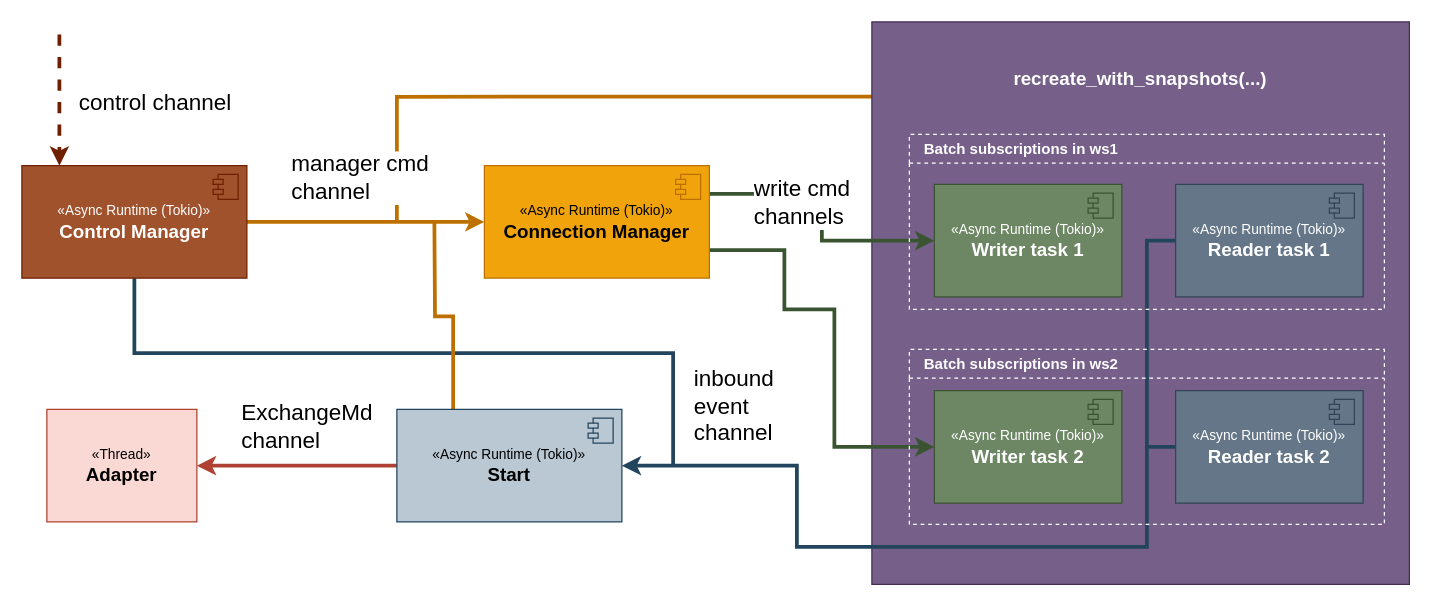
The draw.io diagram images/Connector.drawio in PietroValente/MarketDataAggregator, before the edit. Source tidied: cells renumbered, new cells numbered last; positions are measured from the earlier drawing's top-left corner, leaving out a move shared by most shapes. Both pictures are drawn from the tidied source at 125%, with x=0, y=0 at pixel (21, 21).
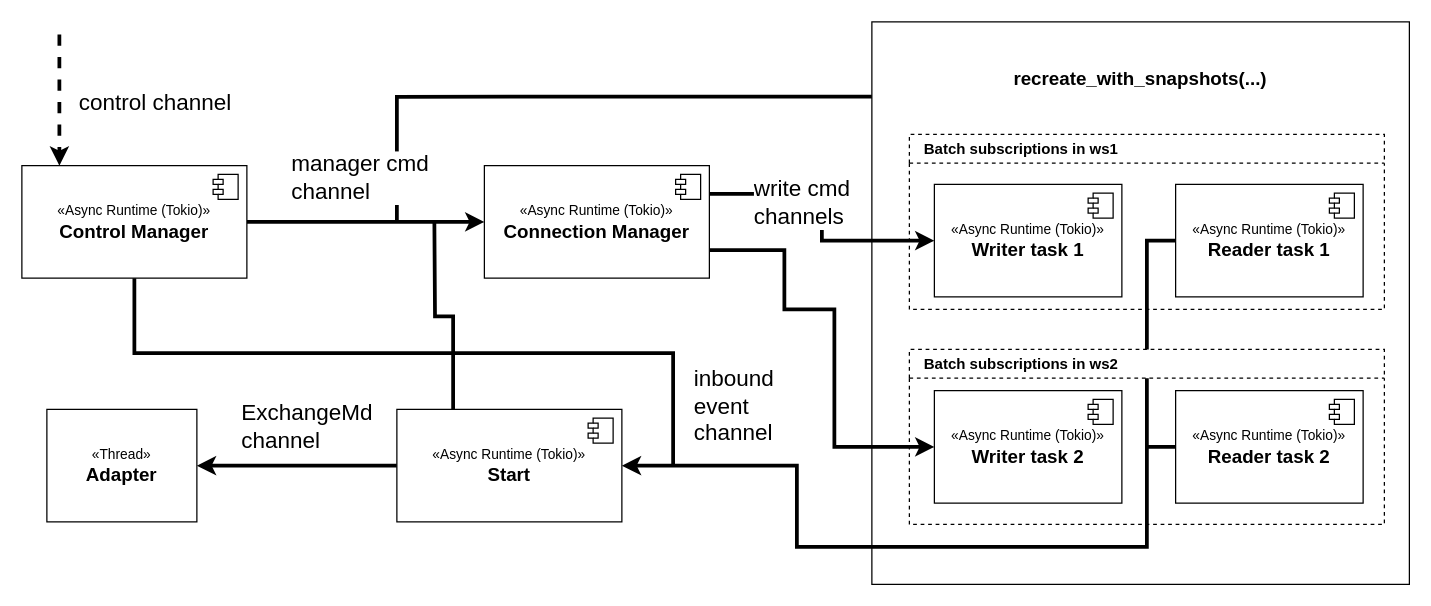
The same diagram, later.

Commit message (it also covers changes not shown here):
Change diagram format, from PNG to SVG

Diff of the diagram source:
```diff
@@
-    <mxCell id="2" style="edgeStyle=orthogonalEdgeStyle;rounded=0;jettySize=auto;html=1;exitX=0.002;exitY=0.133;exitDx=0;exitDy=0;exitPerimeter=0;endArrow=none;endFill=0;strokeWidth=3;fillColor=#f0a30a;strokeColor=#BD7000;" parent="1" edge="1" source="3">
+    <mxCell id="2" style="edgeStyle=orthogonalEdgeStyle;rounded=0;jettySize=auto;html=1;exitX=0.002;exitY=0.133;exitDx=0;exitDy=0;exitPerimeter=0;endArrow=none;endFill=0;strokeWidth=3;" parent="1" edge="1" source="3">
       <mxGeometry relative="1" as="geometry">
         <mxPoint x="300" y="160" as="targetPoint" />
         <Array as="points">
           <mxPoint x="300" y="60" />
         </Array>
       </mxGeometry>
     </mxCell>
-    <mxCell id="3" value="&lt;span style=&quot;font-size: 15px;&quot;&gt;&lt;b&gt;recreate_with_snapshots(...)&lt;/b&gt;&lt;/span&gt;" style="html=1;whiteSpace=wrap;verticalAlign=top;spacingTop=30;fillColor=#76608a;fontColor=#ffffff;strokeColor=#432D57;" parent="1" vertex="1">
+    <mxCell id="3" value="&lt;span style=&quot;font-size: 15px;&quot;&gt;&lt;b&gt;recreate_with_snapshots(...)&lt;/b&gt;&lt;/span&gt;" style="html=1;whiteSpace=wrap;verticalAlign=top;spacingTop=30;" parent="1" vertex="1">
       <mxGeometry x="680" width="430" height="450" as="geometry" />
     </mxCell>
-    <mxCell id="4" style="edgeStyle=orthogonalEdgeStyle;rounded=0;jettySize=auto;html=1;exitX=1;exitY=0.5;exitDx=0;exitDy=0;entryX=0;entryY=0.5;entryDx=0;entryDy=0;spacing=2;strokeWidth=3;fillColor=#f0a30a;strokeColor=#BD7000;" parent="1" edge="1" source="6" target="10">
+    <mxCell id="4" style="edgeStyle=orthogonalEdgeStyle;rounded=0;jettySize=auto;html=1;exitX=1;exitY=0.5;exitDx=0;exitDy=0;entryX=0;entryY=0.5;entryDx=0;entryDy=0;spacing=2;strokeWidth=3;" parent="1" edge="1" source="6" target="10">
       <mxGeometry relative="1" as="geometry" />
     </mxCell>
-    <mxCell id="5" style="edgeStyle=orthogonalEdgeStyle;rounded=0;jettySize=auto;html=1;exitX=0.5;exitY=1;exitDx=0;exitDy=0;endArrow=none;endFill=0;strokeWidth=3;endSize=6;fillColor=#bac8d3;strokeColor=#23445d;" parent="1" edge="1" source="6">
+    <mxCell id="5" style="edgeStyle=orthogonalEdgeStyle;rounded=0;jettySize=auto;html=1;exitX=0.5;exitY=1;exitDx=0;exitDy=0;endArrow=none;endFill=0;strokeWidth=3;endSize=6;" parent="1" edge="1" source="6">
       <mxGeometry relative="1" as="geometry">
         <mxPoint x="521" y="355" as="targetPoint" />
         <Array as="points">
           <mxPoint x="90" y="265" />
           <mxPoint x="521" y="265" />
         </Array>
       </mxGeometry>
     </mxCell>
-    <mxCell id="6" value="&lt;font style=&quot;font-size: 11px;&quot;&gt;«Async Runtime (Tokio)»&lt;br&gt;&lt;/font&gt;&lt;b&gt;&lt;font style=&quot;font-size: 15px;&quot;&gt;Control Manager&lt;/font&gt;&lt;/b&gt;" style="html=1;whiteSpace=wrap;fillColor=#a0522d;fontColor=#ffffff;strokeColor=#6D1F00;" parent="1" vertex="1">
+    <mxCell id="6" value="&lt;font style=&quot;font-size: 11px;&quot;&gt;«Async Runtime (Tokio)»&lt;br&gt;&lt;/font&gt;&lt;b&gt;&lt;font style=&quot;font-size: 15px;&quot;&gt;Control Manager&lt;/font&gt;&lt;/b&gt;" style="html=1;whiteSpace=wrap;" parent="1" vertex="1">
       <mxGeometry y="115" width="180" height="90" as="geometry" />
     </mxCell>
-    <mxCell id="7" style="shape=module;jettyWidth=8;jettyHeight=4;fillColor=#a0522d;fontColor=#ffffff;strokeColor=#6D1F00;" parent="6" vertex="1">
+    <mxCell id="7" style="shape=module;jettyWidth=8;jettyHeight=4;" parent="6" vertex="1">
       <mxGeometry x="1" width="20" height="20" relative="1" as="geometry">
         <mxPoint x="-27" y="7" as="offset" />
       </mxGeometry>
     </mxCell>
-    <mxCell id="8" style="edgeStyle=orthogonalEdgeStyle;rounded=0;jettySize=auto;html=1;exitX=1;exitY=0.25;exitDx=0;exitDy=0;entryX=0;entryY=0.5;entryDx=0;entryDy=0;strokeWidth=3;fillColor=#6d8764;strokeColor=#3A5431;" parent="1" edge="1" source="10" target="17">
+    <mxCell id="8" style="edgeStyle=orthogonalEdgeStyle;rounded=0;jettySize=auto;html=1;exitX=1;exitY=0.25;exitDx=0;exitDy=0;entryX=0;entryY=0.5;entryDx=0;entryDy=0;strokeWidth=3;" parent="1" edge="1" source="10" target="17">
       <mxGeometry relative="1" as="geometry" />
     </mxCell>
-    <mxCell id="9" style="edgeStyle=orthogonalEdgeStyle;rounded=0;jettySize=auto;html=1;exitX=1;exitY=0.75;exitDx=0;exitDy=0;entryX=0;entryY=0.5;entryDx=0;entryDy=0;strokeWidth=3;fillColor=#6d8764;strokeColor=#3A5431;" parent="1" edge="1" source="10" target="22">
+    <mxCell id="9" style="edgeStyle=orthogonalEdgeStyle;rounded=0;jettySize=auto;html=1;exitX=1;exitY=0.75;exitDx=0;exitDy=0;entryX=0;entryY=0.5;entryDx=0;entryDy=0;strokeWidth=3;" parent="1" edge="1" source="10" target="22">
       <mxGeometry relative="1" as="geometry">
         <Array as="points">
           <mxPoint x="610" y="183" />
           <mxPoint x="610" y="230" />
           <mxPoint x="650" y="230" />
           <mxPoint x="650" y="340" />
         </Array>
       </mxGeometry>
     </mxCell>
-    <mxCell id="10" value="&lt;font style=&quot;font-size: 11px;&quot;&gt;«Async Runtime (Tokio)»&lt;br&gt;&lt;/font&gt;&lt;b&gt;&lt;font style=&quot;font-size: 15px;&quot;&gt;Connection Manager&lt;/font&gt;&lt;/b&gt;" style="html=1;whiteSpace=wrap;fillColor=#f0a30a;fontColor=#000000;strokeColor=#BD7000;" parent="1" vertex="1">
+    <mxCell id="10" value="&lt;font style=&quot;font-size: 11px;&quot;&gt;«Async Runtime (Tokio)»&lt;br&gt;&lt;/font&gt;&lt;b&gt;&lt;font style=&quot;font-size: 15px;&quot;&gt;Connection Manager&lt;/font&gt;&lt;/b&gt;" style="html=1;whiteSpace=wrap;" parent="1" vertex="1">
       <mxGeometry x="370" y="115" width="180" height="90" as="geometry" />
     </mxCell>
-    <mxCell id="11" style="shape=module;jettyWidth=8;jettyHeight=4;fillColor=#f0a30a;fontColor=#000000;strokeColor=#BD7000;" parent="10" vertex="1">
+    <mxCell id="11" style="shape=module;jettyWidth=8;jettyHeight=4;" parent="10" vertex="1">
       <mxGeometry x="1" width="20" height="20" relative="1" as="geometry">
         <mxPoint x="-27" y="7" as="offset" />
       </mxGeometry>
     </mxCell>
-    <mxCell id="12" style="edgeStyle=orthogonalEdgeStyle;rounded=0;jettySize=auto;html=1;exitX=0;exitY=0.5;exitDx=0;exitDy=0;entryX=1;entryY=0.5;entryDx=0;entryDy=0;strokeWidth=3;fillColor=#fad9d5;strokeColor=#ae4132;" parent="1" edge="1" source="14" target="16">
+    <mxCell id="12" style="edgeStyle=orthogonalEdgeStyle;rounded=0;jettySize=auto;html=1;exitX=0;exitY=0.5;exitDx=0;exitDy=0;entryX=1;entryY=0.5;entryDx=0;entryDy=0;strokeWidth=3;" parent="1" edge="1" source="14" target="16">
       <mxGeometry relative="1" as="geometry" />
     </mxCell>
-    <mxCell id="13" style="edgeStyle=orthogonalEdgeStyle;rounded=0;jettySize=auto;html=1;exitX=0.25;exitY=0;exitDx=0;exitDy=0;endArrow=none;endFill=0;strokeWidth=3;fillColor=#f0a30a;strokeColor=#BD7000;" parent="1" edge="1" source="14">
+    <mxCell id="13" style="edgeStyle=orthogonalEdgeStyle;rounded=0;jettySize=auto;html=1;exitX=0.25;exitY=0;exitDx=0;exitDy=0;endArrow=none;endFill=0;strokeWidth=3;" parent="1" edge="1" source="14">
       <mxGeometry relative="1" as="geometry">
         <mxPoint x="330" y="160" as="targetPoint" />
       </mxGeometry>
     </mxCell>
-    <mxCell id="14" value="&lt;font style=&quot;font-size: 11px;&quot;&gt;«Async Runtime (Tokio)»&lt;br&gt;&lt;/font&gt;&lt;b&gt;&lt;font style=&quot;font-size: 15px;&quot;&gt;Start&lt;/font&gt;&lt;/b&gt;" style="html=1;whiteSpace=wrap;fillColor=#bac8d3;strokeColor=#23445d;" parent="1" vertex="1">
+    <mxCell id="14" value="&lt;font style=&quot;font-size: 11px;&quot;&gt;«Async Runtime (Tokio)»&lt;br&gt;&lt;/font&gt;&lt;b&gt;&lt;font style=&quot;font-size: 15px;&quot;&gt;Start&lt;/font&gt;&lt;/b&gt;" style="html=1;whiteSpace=wrap;" parent="1" vertex="1">
       <mxGeometry x="300" y="310" width="180" height="90" as="geometry" />
     </mxCell>
-    <mxCell id="15" style="shape=module;jettyWidth=8;jettyHeight=4;fillColor=#bac8d3;strokeColor=#23445d;" parent="14" vertex="1">
+    <mxCell id="15" style="shape=module;jettyWidth=8;jettyHeight=4;" parent="14" vertex="1">
       <mxGeometry x="1" width="20" height="20" relative="1" as="geometry">
         <mxPoint x="-27" y="7" as="offset" />
       </mxGeometry>
     </mxCell>
-    <mxCell id="16" value="&lt;font style=&quot;font-size: 11px;&quot;&gt;«Thread»&lt;br&gt;&lt;/font&gt;&lt;b&gt;&lt;font style=&quot;font-size: 15px;&quot;&gt;Adapter&lt;/font&gt;&lt;/b&gt;" style="html=1;whiteSpace=wrap;fillColor=#fad9d5;strokeColor=#ae4132;" parent="1" vertex="1">
+    <mxCell id="16" value="&lt;font style=&quot;font-size: 11px;&quot;&gt;«Thread»&lt;br&gt;&lt;/font&gt;&lt;b&gt;&lt;font style=&quot;font-size: 15px;&quot;&gt;Adapter&lt;/font&gt;&lt;/b&gt;" style="html=1;whiteSpace=wrap;" parent="1" vertex="1">
       <mxGeometry x="20" y="310" width="120" height="90" as="geometry" />
     </mxCell>
-    <mxCell id="17" value="&lt;font style=&quot;font-size: 11px;&quot;&gt;«Async Runtime (Tokio)»&lt;br&gt;&lt;/font&gt;&lt;b&gt;&lt;font style=&quot;font-size: 15px;&quot;&gt;Writer task 1&lt;/font&gt;&lt;/b&gt;" style="html=1;whiteSpace=wrap;fillColor=#6d8764;fontColor=#ffffff;strokeColor=#3A5431;" parent="1" vertex="1">
+    <mxCell id="17" value="&lt;font style=&quot;font-size: 11px;&quot;&gt;«Async Runtime (Tokio)»&lt;br&gt;&lt;/font&gt;&lt;b&gt;&lt;font style=&quot;font-size: 15px;&quot;&gt;Writer task 1&lt;/font&gt;&lt;/b&gt;" style="html=1;whiteSpace=wrap;" parent="1" vertex="1">
       <mxGeometry x="730" y="130" width="150" height="90" as="geometry" />
     </mxCell>
-    <mxCell id="18" style="shape=module;jettyWidth=8;jettyHeight=4;fillColor=#6d8764;fontColor=#ffffff;strokeColor=#3A5431;" parent="17" vertex="1">
+    <mxCell id="18" style="shape=module;jettyWidth=8;jettyHeight=4;" parent="17" vertex="1">
       <mxGeometry x="1" width="20" height="20" relative="1" as="geometry">
         <mxPoint x="-27" y="7" as="offset" />
       </mxGeometry>
     </mxCell>
-    <mxCell id="19" style="edgeStyle=orthogonalEdgeStyle;rounded=0;jettySize=auto;html=1;entryX=1;entryY=0.5;entryDx=0;entryDy=0;strokeWidth=3;fillColor=#bac8d3;strokeColor=#23445d;" parent="1" edge="1" source="20" target="14">
+    <mxCell id="19" style="edgeStyle=orthogonalEdgeStyle;rounded=0;jettySize=auto;html=1;entryX=1;entryY=0.5;entryDx=0;entryDy=0;strokeWidth=3;" parent="1" edge="1" source="20" target="14">
       <mxGeometry relative="1" as="geometry">
         <Array as="points">
           <mxPoint x="900" y="175" />
           <mxPoint x="900" y="420" />
           <mxPoint x="620" y="420" />
           <mxPoint x="620" y="355" />
         </Array>
       </mxGeometry>
     </mxCell>
-    <mxCell id="20" value="&lt;font style=&quot;font-size: 11px;&quot;&gt;«Async Runtime (Tokio)»&lt;br&gt;&lt;/font&gt;&lt;b&gt;&lt;font style=&quot;font-size: 15px;&quot;&gt;Reader task 1&lt;/font&gt;&lt;/b&gt;" style="html=1;whiteSpace=wrap;fillColor=#647687;fontColor=#ffffff;strokeColor=#314354;" parent="1" vertex="1">
+    <mxCell id="20" value="&lt;font style=&quot;font-size: 11px;&quot;&gt;«Async Runtime (Tokio)»&lt;br&gt;&lt;/font&gt;&lt;b&gt;&lt;font style=&quot;font-size: 15px;&quot;&gt;Reader task 1&lt;/font&gt;&lt;/b&gt;" style="html=1;whiteSpace=wrap;" parent="1" vertex="1">
       <mxGeometry x="923" y="130" width="150" height="90" as="geometry" />
     </mxCell>
-    <mxCell id="21" style="shape=module;jettyWidth=8;jettyHeight=4;fillColor=#647687;fontColor=#ffffff;strokeColor=#314354;" parent="20" vertex="1">
+    <mxCell id="21" style="shape=module;jettyWidth=8;jettyHeight=4;" parent="20" vertex="1">
       <mxGeometry x="1" width="20" height="20" relative="1" as="geometry">
         <mxPoint x="-27" y="7" as="offset" />
       </mxGeometry>
     </mxCell>
-    <mxCell id="22" value="&lt;font style=&quot;font-size: 11px;&quot;&gt;«Async Runtime (Tokio)»&lt;br&gt;&lt;/font&gt;&lt;b&gt;&lt;font style=&quot;font-size: 15px;&quot;&gt;Writer task 2&lt;/font&gt;&lt;/b&gt;" style="html=1;whiteSpace=wrap;fillColor=#6d8764;fontColor=#ffffff;strokeColor=#3A5431;" parent="1" vertex="1">
+    <mxCell id="22" value="&lt;font style=&quot;font-size: 11px;&quot;&gt;«Async Runtime (Tokio)»&lt;br&gt;&lt;/font&gt;&lt;b&gt;&lt;font style=&quot;font-size: 15px;&quot;&gt;Writer task 2&lt;/font&gt;&lt;/b&gt;" style="html=1;whiteSpace=wrap;" parent="1" vertex="1">
       <mxGeometry x="730" y="295" width="150" height="90" as="geometry" />
     </mxCell>
-    <mxCell id="23" style="shape=module;jettyWidth=8;jettyHeight=4;fillColor=#6d8764;fontColor=#ffffff;strokeColor=#3A5431;" parent="22" vertex="1">
+    <mxCell id="23" style="shape=module;jettyWidth=8;jettyHeight=4;" parent="22" vertex="1">
       <mxGeometry x="1" width="20" height="20" relative="1" as="geometry">
         <mxPoint x="-27" y="7" as="offset" />
       </mxGeometry>
     </mxCell>
-    <mxCell id="24" style="edgeStyle=orthogonalEdgeStyle;rounded=0;jettySize=auto;html=1;exitX=0;exitY=0.5;exitDx=0;exitDy=0;endArrow=none;endFill=0;strokeWidth=3;fillColor=#bac8d3;strokeColor=#23445d;" parent="1" edge="1" source="25">
+    <mxCell id="24" style="edgeStyle=orthogonalEdgeStyle;rounded=0;jettySize=auto;html=1;exitX=0;exitY=0.5;exitDx=0;exitDy=0;endArrow=none;endFill=0;strokeWidth=3;" parent="1" edge="1" source="25">
       <mxGeometry relative="1" as="geometry">
         <mxPoint x="900" y="339.8" as="targetPoint" />
       </mxGeometry>
     </mxCell>
-    <mxCell id="25" value="&lt;font style=&quot;font-size: 11px;&quot;&gt;«Async Runtime (Tokio)»&lt;br&gt;&lt;/font&gt;&lt;b&gt;&lt;font style=&quot;font-size: 15px;&quot;&gt;Reader task 2&lt;/font&gt;&lt;/b&gt;" style="html=1;whiteSpace=wrap;fillColor=#647687;fontColor=#ffffff;strokeColor=#314354;" parent="1" vertex="1">
+    <mxCell id="25" value="&lt;font style=&quot;font-size: 11px;&quot;&gt;«Async Runtime (Tokio)»&lt;br&gt;&lt;/font&gt;&lt;b&gt;&lt;font style=&quot;font-size: 15px;&quot;&gt;Reader task 2&lt;/font&gt;&lt;/b&gt;" style="html=1;whiteSpace=wrap;" parent="1" vertex="1">
       <mxGeometry x="923" y="295" width="150" height="90" as="geometry" />
     </mxCell>
-    <mxCell id="26" style="shape=module;jettyWidth=8;jettyHeight=4;fillColor=#647687;fontColor=#ffffff;strokeColor=#314354;" parent="25" vertex="1">
+    <mxCell id="26" style="shape=module;jettyWidth=8;jettyHeight=4;" parent="25" vertex="1">
       <mxGeometry x="1" width="20" height="20" relative="1" as="geometry">
         <mxPoint x="-27" y="7" as="offset" />
       </mxGeometry>
     </mxCell>
-    <mxCell id="27" value="Batch subscriptions in ws1" style="swimlane;whiteSpace=wrap;html=1;dashed=1;align=left;spacingLeft=10;fillColor=none;strokeColor=#ffffff;fontColor=#ffffff;" parent="1" vertex="1">
+    <mxCell id="27" value="Batch subscriptions in ws1" style="swimlane;whiteSpace=wrap;html=1;dashed=1;align=left;spacingLeft=10;" parent="1" vertex="1">
       <mxGeometry x="710" y="90" width="380" height="140" as="geometry" />
     </mxCell>
-    <mxCell id="28" value="Batch subscriptions in ws2" style="swimlane;dashed=1;align=left;spacingLeft=10;labelBackgroundColor=none;fontColor=#FFFFFF;whiteSpace=wrap;html=1;fillColor=none;strokeColor=#FFFFFF;" parent="1" vertex="1">
+    <mxCell id="28" value="Batch subscriptions in ws2" style="swimlane;dashed=1;align=left;spacingLeft=10;labelBackgroundColor=none;whiteSpace=wrap;html=1;" parent="1" vertex="1">
       <mxGeometry x="710" y="262" width="380" height="140" as="geometry" />
     </mxCell>
-    <mxCell id="29" style="endArrow=classic;html=1;rounded=0;entryX=0.5;entryY=0;entryDx=0;entryDy=0;strokeWidth=3;dashed=1;fillColor=#a0522d;strokeColor=#6D1F00;" parent="1" edge="1">
+    <mxCell id="29" style="endArrow=classic;html=1;rounded=0;entryX=0.5;entryY=0;entryDx=0;entryDy=0;strokeWidth=3;dashed=1;" parent="1" edge="1">
       <mxGeometry relative="1" as="geometry">
         <mxPoint x="30" y="10" as="sourcePoint" />
         <mxPoint x="30" y="115" as="targetPoint" />
       </mxGeometry>
     </mxCell>
```
